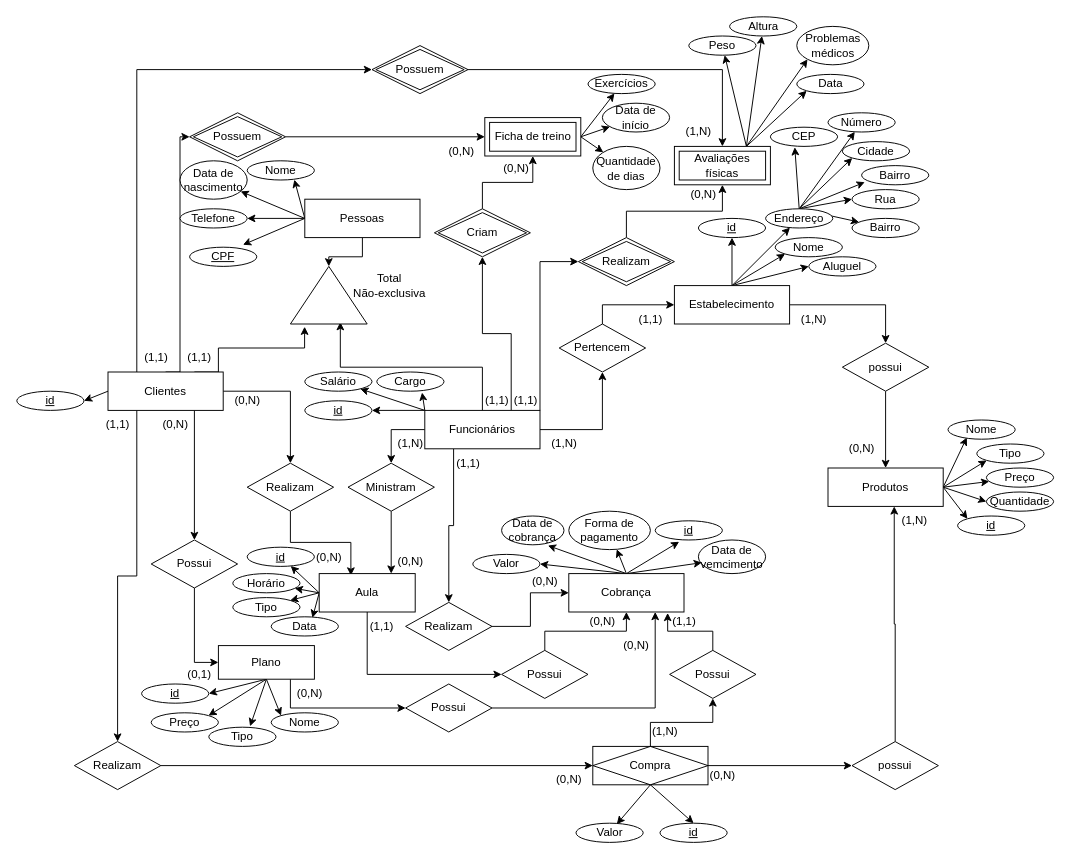
Before: Conceitual/ModeloConceitual.drawio in FelipeABG/DBacademia-PUCPR, a draw.io diagram. Source tidied: cells renumbered, new cells numbered last; positions are measured from the earlier drawing's top-left corner, leaving out a move shared by most shapes. Both pictures are drawn from the tidied source at 96%, with x=0, y=0 at pixel (16, 16).
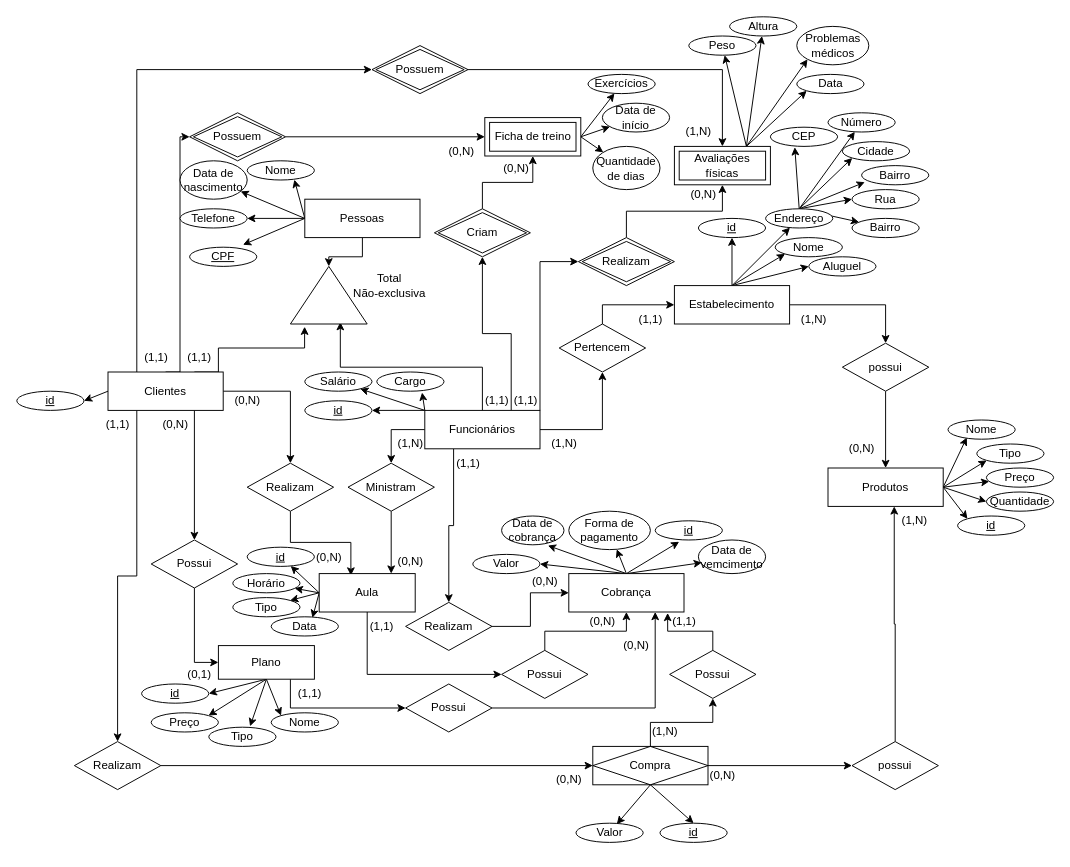
Above is the later version.

The edit, as a diff of the source:
```diff
@@
-    <mxCell id="170" value="(0,N)" style="text;html=1;align=center;verticalAlign=middle;strokeColor=none;fillColor=none;" parent="1" vertex="1">
+    <mxCell id="170" value="(1,1)" style="text;html=1;align=center;verticalAlign=middle;strokeColor=none;fillColor=none;" parent="1" vertex="1">
       <mxGeometry x="280" y="690" width="50" height="30" as="geometry" />
     </mxCell>
```
